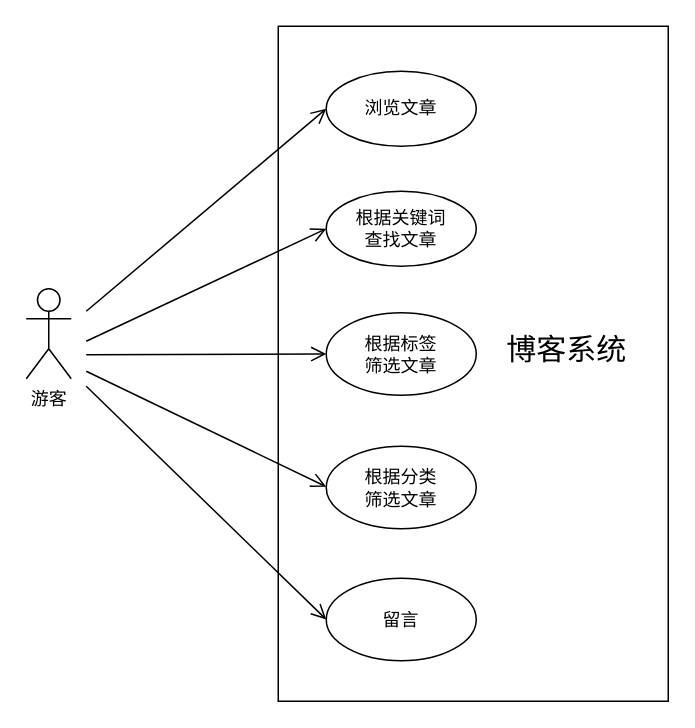
Roookie-langp/diagrams keeps this draw.io diagram as 游客.drawio. Above is the earlier version. Source tidied: cells renumbered, new cells numbered last; positions are measured from the earlier drawing's top-left corner, leaving out a move shared by most shapes. Both pictures are drawn from the tidied source at 150%, with x=0, y=0 at pixel (26, 26).
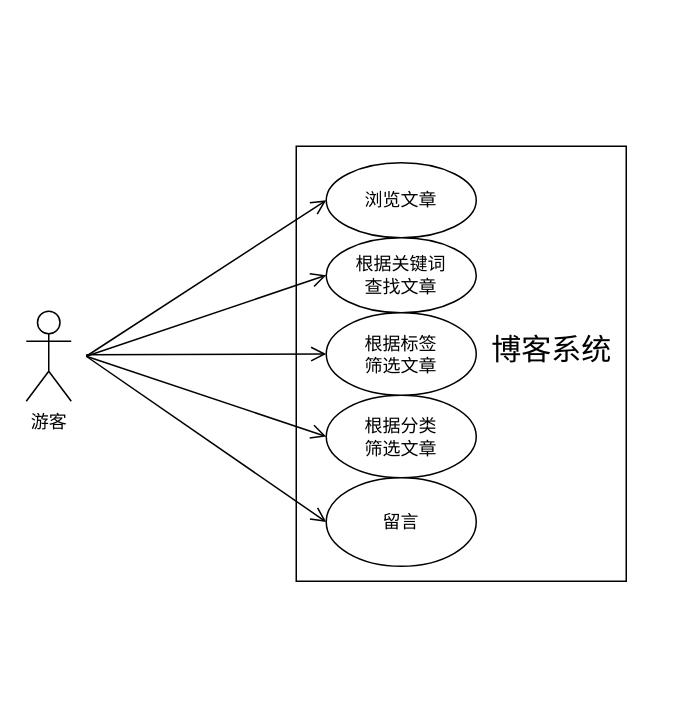
The same page after the edit.

What changed in the source:
```diff
@@
 <mxGraphModel>
   <root>
     <mxCell id="0" />
     <mxCell id="1" parent="0" />
     <mxCell id="2" value="游客" style="shape=umlActor;verticalLabelPosition=bottom;verticalAlign=top;html=1;" parent="1" vertex="1">
-      <mxGeometry y="175" width="30" height="60" as="geometry" />
+      <mxGeometry y="190" width="30" height="60" as="geometry" />
     </mxCell>
     <mxCell id="3" style="html=1;" parent="1" vertex="1">
-      <mxGeometry x="168" width="260" height="450" as="geometry" />
+      <mxGeometry x="180" y="80" width="220" height="290" as="geometry" />
     </mxCell>
     <mxCell id="4" value="浏览文章" style="ellipse;whiteSpace=wrap;html=1;" parent="1" vertex="1">
-      <mxGeometry x="200" y="30" width="100" height="50" as="geometry" />
+      <mxGeometry x="200" y="91" width="100" height="50" as="geometry" />
     </mxCell>
     <mxCell id="5" value="根据关键词&lt;br&gt;查找文章" style="ellipse;whiteSpace=wrap;html=1;" parent="1" vertex="1">
-      <mxGeometry x="200" y="110" width="100" height="50" as="geometry" />
+      <mxGeometry x="200" y="141" width="100" height="50" as="geometry" />
     </mxCell>
     <mxCell id="6" value="根据分类&lt;br&gt;筛选文章" style="ellipse;whiteSpace=wrap;html=1;" parent="1" vertex="1">
-      <mxGeometry x="200" y="280" width="100" height="55" as="geometry" />
+      <mxGeometry x="200" y="246" width="100" height="55" as="geometry" />
     </mxCell>
     <mxCell id="7" value="根据标签&lt;br&gt;筛选文章" style="ellipse;whiteSpace=wrap;html=1;" parent="1" vertex="1">
       <mxGeometry x="200" y="191" width="100" height="55" as="geometry" />
     </mxCell>
     <mxCell id="8" value="留言" style="ellipse;whiteSpace=wrap;html=1;" parent="1" vertex="1">
-      <mxGeometry x="200" y="368" width="100" height="55" as="geometry" />
+      <mxGeometry x="200" y="301" width="100" height="59" as="geometry" />
     </mxCell>
     <mxCell id="9" value="&lt;span style=&quot;font-weight: normal;&quot;&gt;&lt;font style=&quot;font-size: 20px;&quot;&gt;博客系统&lt;/font&gt;&lt;/span&gt;" style="text;strokeColor=none;fillColor=none;html=1;fontSize=24;fontStyle=1;verticalAlign=middle;align=center;" parent="1" vertex="1">
-      <mxGeometry x="310" y="195" width="100" height="40" as="geometry" />
+      <mxGeometry x="300" y="195" width="100" height="40" as="geometry" />
     </mxCell>
     <mxCell id="10" style="endArrow=open;startArrow=none;endFill=0;startFill=0;endSize=8;html=1;verticalAlign=bottom;labelBackgroundColor=none;strokeWidth=1;rounded=0;entryX=0;entryY=0.5;entryDx=0;entryDy=0;" parent="1" edge="1" target="4">
       <mxGeometry relative="1" as="geometry">
-        <mxPoint x="40" y="190" as="sourcePoint" />
+        <mxPoint x="40" y="220" as="sourcePoint" />
       </mxGeometry>
     </mxCell>
     <mxCell id="11" style="endArrow=open;startArrow=none;endFill=0;startFill=0;endSize=8;html=1;verticalAlign=bottom;labelBackgroundColor=none;strokeWidth=1;rounded=0;entryX=0;entryY=0.5;entryDx=0;entryDy=0;" parent="1" edge="1" target="5">
       <mxGeometry relative="1" as="geometry">
-        <mxPoint x="40" y="210" as="sourcePoint" />
+        <mxPoint x="40" y="220" as="sourcePoint" />
       </mxGeometry>
     </mxCell>
     <mxCell id="12" style="endArrow=open;startArrow=none;endFill=0;startFill=0;endSize=8;html=1;verticalAlign=bottom;labelBackgroundColor=none;strokeWidth=1;rounded=0;entryX=0;entryY=0.5;entryDx=0;entryDy=0;" parent="1" edge="1" target="7">
       <mxGeometry relative="1" as="geometry">
         <mxPoint x="40" y="219" as="sourcePoint" />
       </mxGeometry>
     </mxCell>
-    <mxCell id="13" style="endArrow=open;startArrow=none;endFill=0;startFill=0;endSize=8;html=1;verticalAlign=bottom;labelBackgroundColor=none;strokeWidth=1;rounded=0;fontSize=20;" parent="1" edge="1">
+    <mxCell id="13" style="endArrow=open;startArrow=none;endFill=0;startFill=0;endSize=8;html=1;verticalAlign=bottom;labelBackgroundColor=none;strokeWidth=1;rounded=0;fontSize=20;entryX=0;entryY=0.5;entryDx=0;entryDy=0;" parent="1" edge="1" target="6">
       <mxGeometry relative="1" as="geometry">
-        <mxPoint x="40" y="230" as="sourcePoint" />
-        <mxPoint x="200" y="307" as="targetPoint" />
+        <mxPoint x="40" y="220" as="sourcePoint" />
       </mxGeometry>
     </mxCell>
     <mxCell id="14" style="endArrow=open;startArrow=none;endFill=0;startFill=0;endSize=8;html=1;verticalAlign=bottom;labelBackgroundColor=none;strokeWidth=1;rounded=0;fontSize=20;entryX=0;entryY=0.5;entryDx=0;entryDy=0;" parent="1" edge="1" target="8">
       <mxGeometry relative="1" as="geometry">
-        <mxPoint x="40" y="240" as="sourcePoint" />
+        <mxPoint x="40" y="220" as="sourcePoint" />
       </mxGeometry>
     </mxCell>
   </root>
 </mxGraphModel>
```
